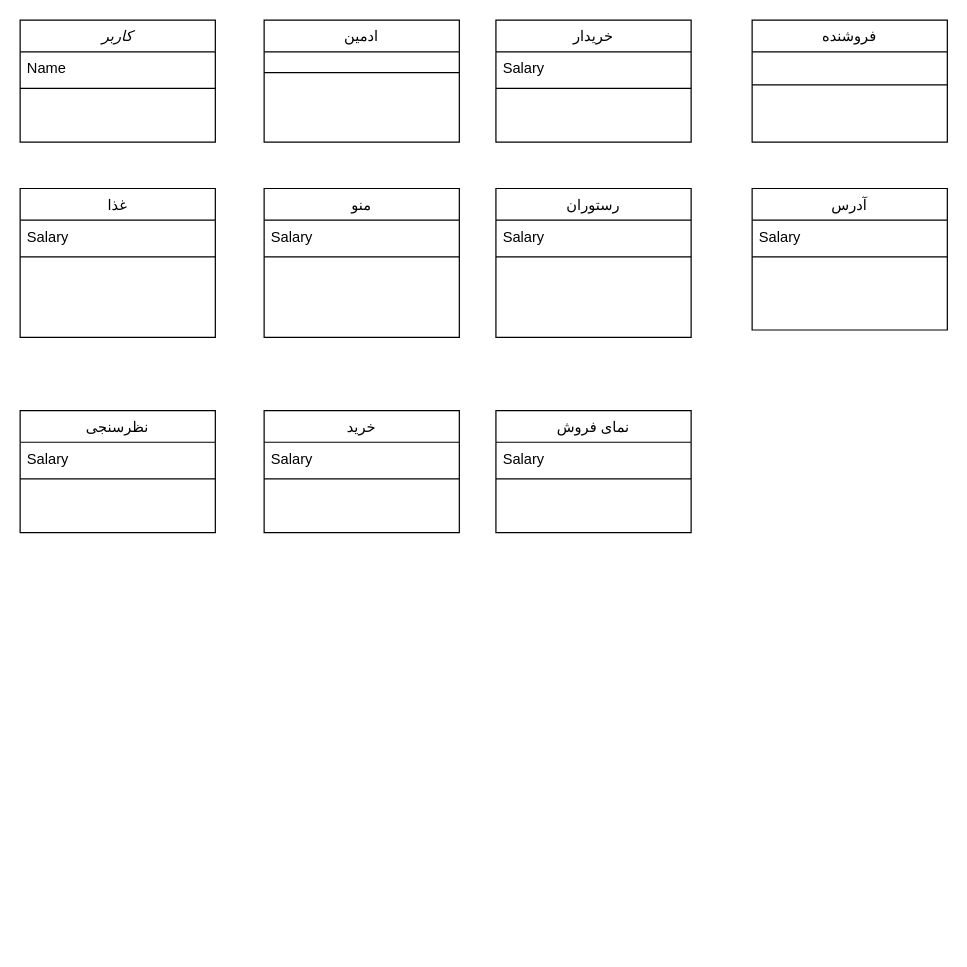
Before: Untitled Diagram.drawio in khoramian/TahDig_SoftwareEngineering, a draw.io diagram. Source tidied: cells renumbered, new cells numbered last; positions are measured from the earlier drawing's top-left corner, leaving out a move shared by most shapes. Both pictures are drawn from the tidied source at 122%, with x=0, y=0 at pixel (20, 20).
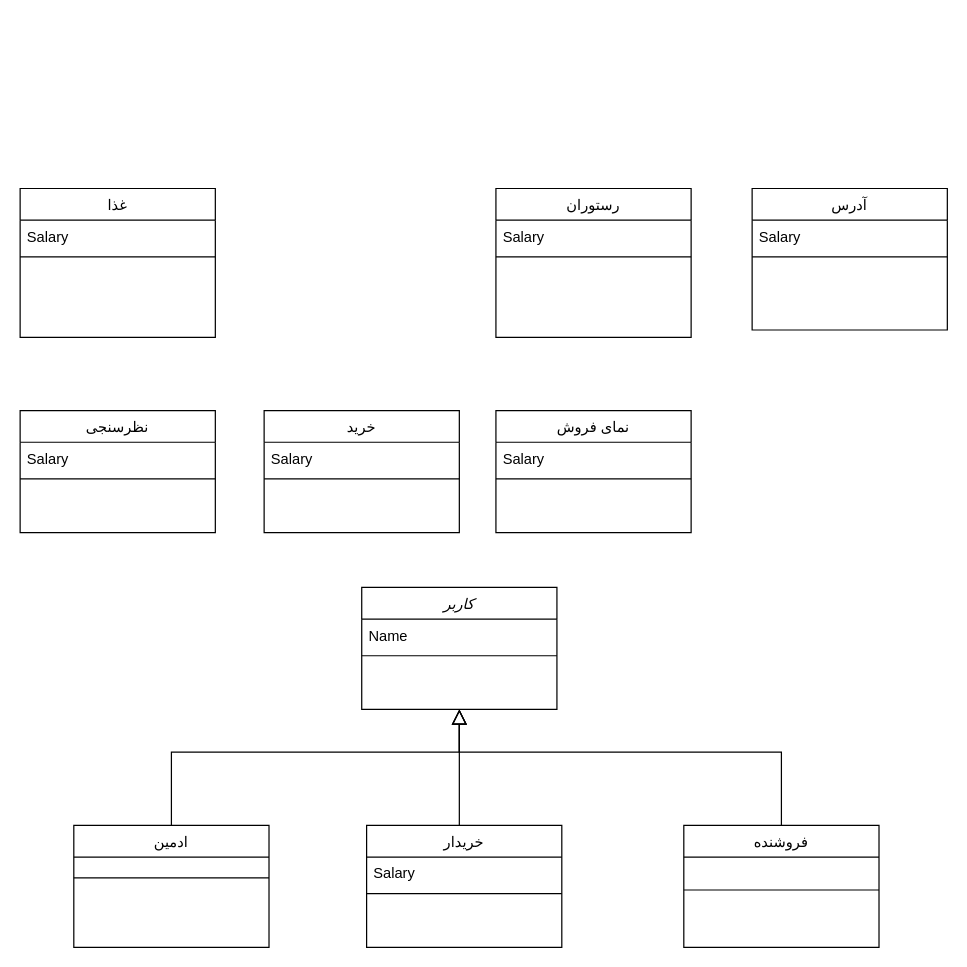
After the change.

Change to the diagram source:
```diff
@@
-    <mxCell id="2" value="کاربر" style="swimlane;fontStyle=2;align=center;verticalAlign=top;horizontal=1;startSize=26;rounded=0;shadow=0;strokeWidth=1;" parent="1" vertex="1">
-      <mxGeometry width="160" height="100" as="geometry" />
-    </mxCell>
-    <mxCell id="3" value="Name" style="text;align=left;verticalAlign=top;spacingLeft=4;spacingRight=4;overflow=hidden;" parent="2" vertex="1">
-      <mxGeometry y="26" width="160" height="26" as="geometry" />
-    </mxCell>
-    <mxCell id="4" style="line;html=1;strokeWidth=1;align=left;verticalAlign=middle;spacingTop=-1;spacingLeft=3;spacingRight=3;labelPosition=right;" parent="2" vertex="1">
-      <mxGeometry y="52" width="160" height="8" as="geometry" />
-    </mxCell>
     <mxCell id="5" value="فروشنده" style="swimlane;fontStyle=0;align=center;verticalAlign=top;horizontal=1;startSize=26;rounded=0;shadow=0;strokeWidth=1;" parent="1" vertex="1">
-      <mxGeometry x="600" width="160" height="100" as="geometry" />
+      <mxGeometry x="544" y="660" width="160" height="100" as="geometry" />
     </mxCell>
@@
     <mxCell id="7" value="خریدار" style="swimlane;fontStyle=0;align=center;verticalAlign=top;horizontal=1;startSize=26;rounded=0;shadow=0;strokeWidth=1;" parent="1" vertex="1">
-      <mxGeometry x="390" width="160" height="100" as="geometry" />
+      <mxGeometry x="284" y="660" width="160" height="100" as="geometry" />
     </mxCell>
@@
     <mxCell id="10" value="ادمین&#10;" style="swimlane;fontStyle=0;align=center;verticalAlign=top;horizontal=1;startSize=26;rounded=0;shadow=0;strokeWidth=1;" parent="1" vertex="1">
-      <mxGeometry x="200" width="160" height="100" as="geometry" />
+      <mxGeometry x="44" y="660" width="160" height="100" as="geometry" />
     </mxCell>
@@
-    <mxCell id="15" value="منو" style="swimlane;fontStyle=0;align=center;verticalAlign=top;horizontal=1;startSize=26;rounded=0;shadow=0;strokeWidth=1;" parent="1" vertex="1">
-      <mxGeometry x="200" y="138" width="160" height="122" as="geometry" />
-    </mxCell>
-    <mxCell id="16" value="Salary" style="text;align=left;verticalAlign=top;spacingLeft=4;spacingRight=4;overflow=hidden;" parent="15" vertex="1">
-      <mxGeometry y="26" width="160" height="26" as="geometry" />
-    </mxCell>
-    <mxCell id="17" style="line;html=1;strokeWidth=1;align=left;verticalAlign=middle;spacingTop=-1;spacingLeft=3;spacingRight=3;labelPosition=right;" parent="15" vertex="1">
-      <mxGeometry y="52" width="160" height="8" as="geometry" />
-    </mxCell>
@@
+    <mxCell id="2" value="کاربر" style="swimlane;fontStyle=2;align=center;verticalAlign=top;horizontal=1;startSize=26;rounded=0;shadow=0;strokeWidth=1;" parent="1" vertex="1">
+      <mxGeometry x="280" y="465" width="160" height="100" as="geometry" />
+    </mxCell>
+    <mxCell id="3" value="Name" style="text;align=left;verticalAlign=top;spacingLeft=4;spacingRight=4;overflow=hidden;" parent="2" vertex="1">
+      <mxGeometry y="26" width="160" height="26" as="geometry" />
+    </mxCell>
+    <mxCell id="33" style="line;html=1;strokeWidth=1;align=left;verticalAlign=middle;spacingTop=-1;spacingLeft=3;spacingRight=3;labelPosition=right;" parent="2" vertex="1">
+      <mxGeometry y="52" width="160" height="8" as="geometry" />
+    </mxCell>
+    <mxCell id="34" style="endArrow=block;endSize=10;endFill=0;shadow=0;strokeWidth=1;rounded=0;edgeStyle=elbowEdgeStyle;elbow=vertical;exitX=0.5;exitY=0;exitDx=0;exitDy=0;entryX=0.5;entryY=1;entryDx=0;entryDy=0;" parent="1" edge="1" source="5" target="2">
+      <mxGeometry relative="1" as="geometry">
+        <Array as="points">
+          <mxPoint x="480" y="600" />
+          <mxPoint x="360" y="620" />
+        </Array>
+      </mxGeometry>
+    </mxCell>
+    <mxCell id="35" style="endArrow=block;endSize=10;endFill=0;shadow=0;strokeWidth=1;rounded=0;edgeStyle=elbowEdgeStyle;elbow=vertical;entryX=0.5;entryY=1;entryDx=0;entryDy=0;" parent="1" edge="1" source="7">
+      <mxGeometry relative="1" as="geometry">
+        <mxPoint x="360" y="565" as="targetPoint" />
+        <Array as="points">
+          <mxPoint x="360" y="640" />
+        </Array>
+      </mxGeometry>
+    </mxCell>
+    <mxCell id="36" style="endArrow=block;endSize=10;endFill=0;shadow=0;strokeWidth=1;rounded=0;edgeStyle=elbowEdgeStyle;elbow=vertical;entryX=0.5;entryY=1;entryDx=0;entryDy=0;exitX=0.5;exitY=0;exitDx=0;exitDy=0;" parent="1" edge="1" source="10">
+      <mxGeometry relative="1" as="geometry">
+        <mxPoint x="360" y="565" as="targetPoint" />
+        <Array as="points">
+          <mxPoint x="340" y="600" />
+          <mxPoint x="360" y="640" />
+        </Array>
+      </mxGeometry>
+    </mxCell>
```
